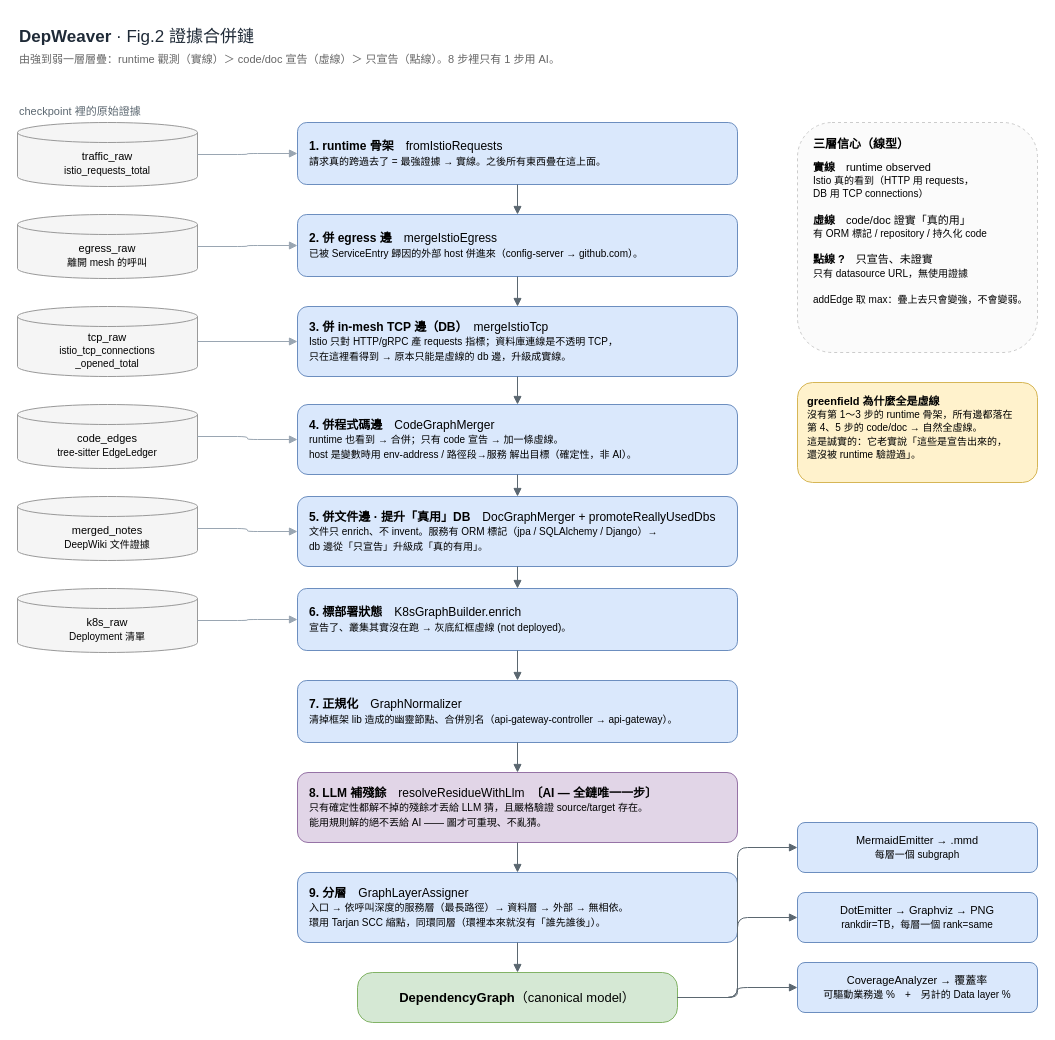
ANYuu531/ChatOps4Msa-Pipeline keeps this draw.io diagram as docs/diagrams/fig2-evidence-merge-chain.drawio. Above is the earlier version. Source tidied: cells renumbered, new cells numbered last; positions are measured from the earlier drawing's top-left corner, leaving out a move shared by most shapes. Both pictures are drawn from the tidied source at 100%, with x=0, y=0 at pixel (17, 22).
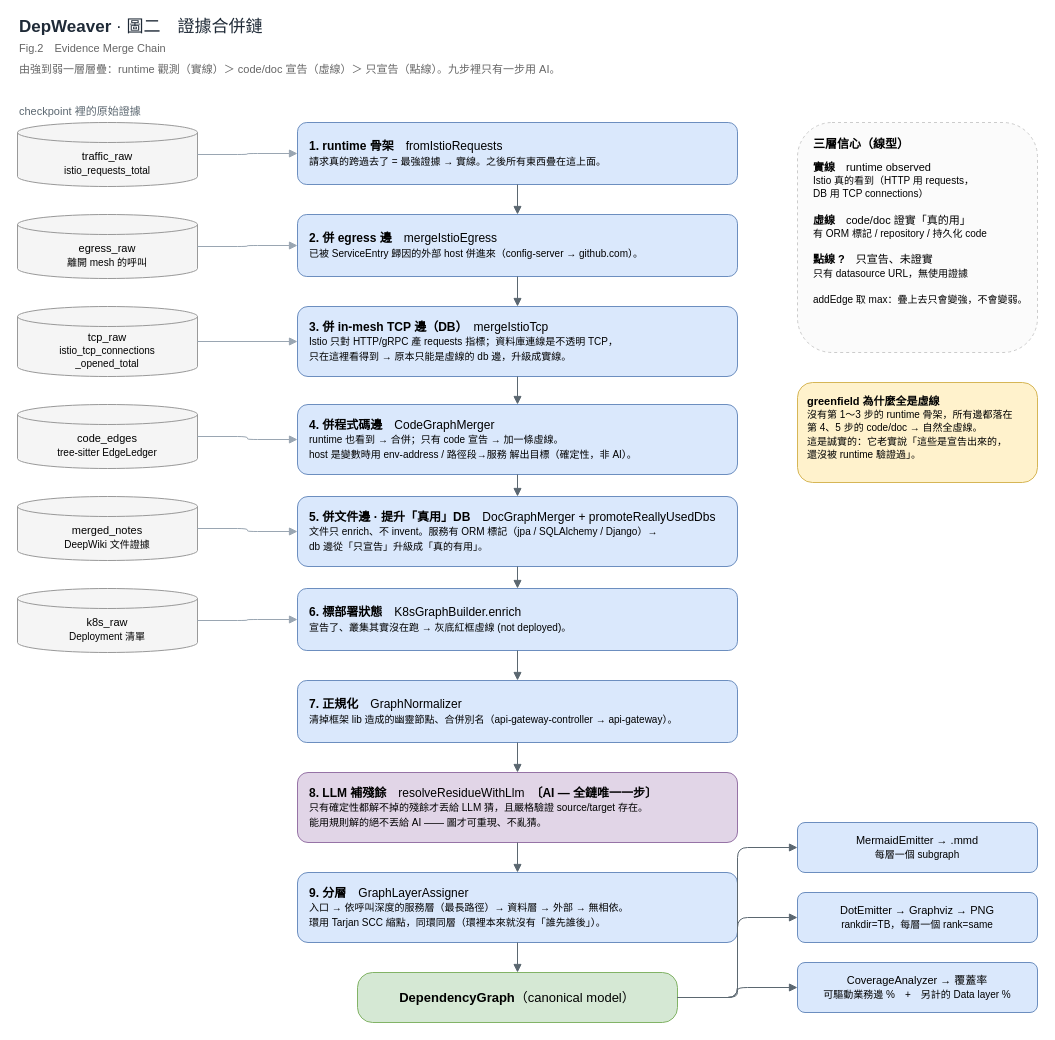
The same page after the edit.

Diff of the diagram source:
```diff
@@
-    <mxCell id="2" value="&lt;b&gt;DepWeaver&lt;/b&gt; · Fig.2 證據合併鏈&lt;br&gt;&lt;font style=&quot;font-size: 11px;&quot; color=&quot;#666666&quot;&gt;由強到弱一層層疊：runtime 觀測（實線）＞ code/doc 宣告（虛線）＞ 只宣告（點線）。8 步裡只有 1 步用 AI。&lt;/font&gt;" style="text;html=1;align=left;verticalAlign=middle;fontSize=17;fontColor=#1f2a37;" parent="1" vertex="1">
+    <mxCell id="2" value="&lt;b&gt;DepWeaver&lt;/b&gt; · 圖二　證據合併鏈&lt;br&gt;&lt;font style=&quot;font-size: 11px;&quot; color=&quot;#666666&quot;&gt;Fig.2　Evidence Merge Chain&lt;/font&gt;&lt;br&gt;&lt;font style=&quot;font-size: 11px;&quot; color=&quot;#666666&quot;&gt;由強到弱一層層疊：runtime 觀測（實線）＞ code/doc 宣告（虛線）＞ 只宣告（點線）。九步裡只有一步用 AI。&lt;/font&gt;" style="text;html=1;align=left;verticalAlign=middle;fontSize=17;fontColor=#1f2a37;" parent="1" vertex="1">
       <mxGeometry width="700" height="50" as="geometry" />
     </mxCell>
```
